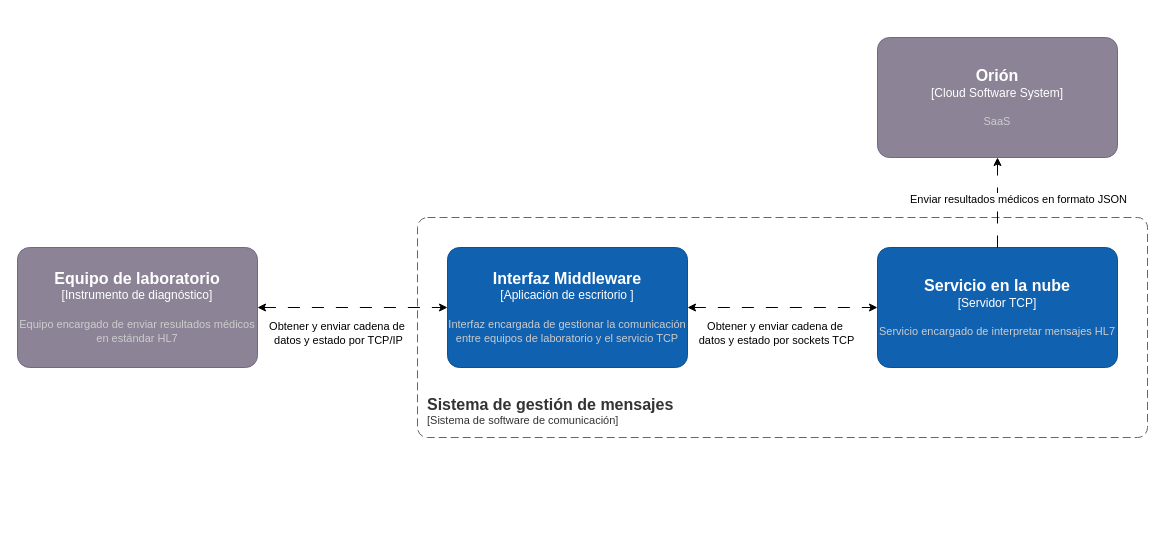
Before: page "Contenedores" (2 of 4) of Diagramas/TIC.drawio in GiulianAlbuja/TIC, a draw.io diagram. Source tidied: cells renumbered, new cells numbered last; positions are measured from the earlier drawing's top-left corner, leaving out a move shared by most shapes. Both pictures are drawn from the tidied source at 100%, with x=0, y=0 at pixel (17, 37).
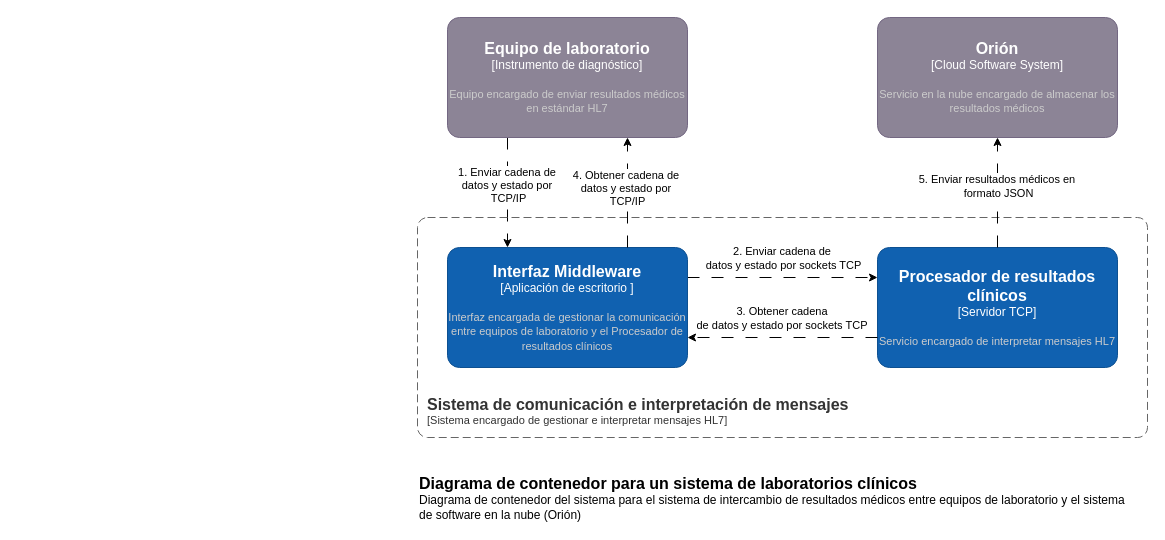
After the change.

Commit message (it also covers changes not shown here):
Se actualizo diagramas a una version final para discutir con el cliente

Unchanged cells that the change refers to:
```xml
<mxCell id="11" style="edgeStyle=orthogonalEdgeStyle;rounded=0;jettySize=auto;html=1;entryX=0.5;entryY=1;entryDx=0;entryDy=0;entryPerimeter=0;startArrow=none;startFill=0;dashed=1;dashPattern=12 12;" parent="1" edge="1" source="5" target="10">
  <mxGeometry relative="1" as="geometry" />
</mxCell>
```

Change to the diagram source:
```diff
@@
-    <mxCell id="2" style="edgeStyle=orthogonalEdgeStyle;rounded=0;jettySize=auto;html=1;exitX=1;exitY=0.5;exitDx=0;exitDy=0;exitPerimeter=0;entryX=0;entryY=0.5;entryDx=0;entryDy=0;entryPerimeter=0;startArrow=classic;startFill=1;dashed=1;dashPattern=12 12;" parent="1" edge="1" source="4" target="5">
+    <mxCell id="2" style="edgeStyle=orthogonalEdgeStyle;rounded=0;jettySize=auto;html=1;exitX=1;exitY=0.25;exitDx=0;exitDy=0;exitPerimeter=0;entryX=0;entryY=0.25;entryDx=0;entryDy=0;entryPerimeter=0;startArrow=none;startFill=0;dashed=1;dashPattern=12 12;" parent="1" edge="1" source="4" target="5">
       <mxGeometry relative="1" as="geometry" />
     </mxCell>
-    <mxCell id="3" value="Obtener y enviar cadena de&amp;nbsp;&lt;div&gt;datos y estado por sockets TCP&lt;/div&gt;" style="edgeLabel;html=1;align=center;verticalAlign=middle;" parent="2" vertex="1">
+    <mxCell id="3" value="2. Enviar cadena de&amp;nbsp;&lt;div&gt;datos y estado por sockets TCP&lt;/div&gt;" style="edgeLabel;html=1;align=center;verticalAlign=middle;" parent="2" vertex="1">
       <mxGeometry x="-0.21" y="1" relative="1" as="geometry">
-        <mxPoint x="13" y="26" as="offset" />
+        <mxPoint x="20" y="-19" as="offset" />
       </mxGeometry>
     </mxCell>
-    <object id="4" label="&lt;font style=&quot;font-size: 16px&quot;&gt;&lt;b&gt;%c4Name%&lt;/b&gt;&lt;/font&gt;&lt;div&gt;[%c4Type%]&lt;/div&gt;&lt;br&gt;&lt;div&gt;&lt;font style=&quot;font-size: 11px&quot;&gt;&lt;font color=&quot;#cccccc&quot;&gt;%c4Description%&lt;/font&gt;&lt;/div&gt;" c4Description="Interfaz encargada de gestionar la comunicación entre equipos de laboratorio y el servicio TCP" c4Name="Interfaz Middleware" c4Type="Aplicación de escritorio " placeholders="1">
+    <object id="4" label="&lt;font style=&quot;font-size: 16px&quot;&gt;&lt;b&gt;%c4Name%&lt;/b&gt;&lt;/font&gt;&lt;div&gt;[%c4Type%]&lt;/div&gt;&lt;br&gt;&lt;div&gt;&lt;font style=&quot;font-size: 11px&quot;&gt;&lt;font color=&quot;#cccccc&quot;&gt;%c4Description%&lt;/font&gt;&lt;/div&gt;" c4Description="Interfaz encargada de gestionar la comunicación entre equipos de laboratorio y el Procesador de resultados clínicos" c4Name="Interfaz Middleware" c4Type="Aplicación de escritorio " placeholders="1">
       <mxCell style="rounded=1;whiteSpace=wrap;html=1;labelBackgroundColor=none;fillColor=#1061B0;fontColor=#ffffff;align=center;arcSize=10;strokeColor=#0D5091;points=[[0.25,0,0],[0.5,0,0],[0.75,0,0],[1,0.25,0],[1,0.5,0],[1,0.75,0],[0.75,1,0],[0.5,1,0],[0.25,1,0],[0,0.75,0],[0,0.5,0],[0,0.25,0]];" parent="1" vertex="1">
         <mxGeometry x="430" y="210" width="240" height="120" as="geometry" />
       </mxCell>
     </object>
-    <object id="5" label="&lt;font style=&quot;font-size: 16px&quot;&gt;&lt;b&gt;%c4Name%&lt;/b&gt;&lt;/font&gt;&lt;div&gt;[%c4Type%]&lt;/div&gt;&lt;br&gt;&lt;div&gt;&lt;font style=&quot;font-size: 11px&quot;&gt;&lt;font color=&quot;#cccccc&quot;&gt;%c4Description%&lt;/font&gt;&lt;/div&gt;" c4Description="Servicio encargado de interpretar mensajes HL7" c4Name="Servicio en la nube" c4Type="Servidor TCP" placeholders="1">
+    <object id="5" label="&lt;font style=&quot;font-size: 16px&quot;&gt;&lt;b&gt;%c4Name%&lt;/b&gt;&lt;/font&gt;&lt;div&gt;[%c4Type%]&lt;/div&gt;&lt;br&gt;&lt;div&gt;&lt;font style=&quot;font-size: 11px&quot;&gt;&lt;font color=&quot;#cccccc&quot;&gt;%c4Description%&lt;/font&gt;&lt;/div&gt;" c4Description="Servicio encargado de interpretar mensajes HL7" c4Name="Procesador de resultados clínicos" c4Type="Servidor TCP" placeholders="1">
       <mxCell style="rounded=1;whiteSpace=wrap;html=1;labelBackgroundColor=none;fillColor=#1061B0;fontColor=#ffffff;align=center;arcSize=10;strokeColor=#0D5091;points=[[0.25,0,0],[0.5,0,0],[0.75,0,0],[1,0.25,0],[1,0.5,0],[1,0.75,0],[0.75,1,0],[0.5,1,0],[0.25,1,0],[0,0.75,0],[0,0.5,0],[0,0.25,0]];" parent="1" vertex="1">
         <mxGeometry x="860" y="210" width="240" height="120" as="geometry" />
       </mxCell>
     </object>
-    <mxCell id="6" style="edgeStyle=orthogonalEdgeStyle;rounded=0;jettySize=auto;html=1;entryX=0;entryY=0.5;entryDx=0;entryDy=0;entryPerimeter=0;startArrow=classic;startFill=1;dashed=1;dashPattern=12 12;" parent="1" edge="1" source="8" target="4">
+    <mxCell id="6" style="edgeStyle=orthogonalEdgeStyle;rounded=0;jettySize=auto;html=1;entryX=0.25;entryY=0;entryDx=0;entryDy=0;entryPerimeter=0;startArrow=none;startFill=0;dashed=1;dashPattern=12 12;exitX=0.25;exitY=1;exitDx=0;exitDy=0;exitPerimeter=0;" parent="1" edge="1" source="8" target="4">
       <mxGeometry relative="1" as="geometry" />
     </mxCell>
-    <mxCell id="7" value="Obtener y enviar cadena de&amp;nbsp;&lt;div&gt;datos y estado por TCP/IP&lt;/div&gt;" style="edgeLabel;html=1;align=center;verticalAlign=middle;" parent="6" vertex="1">
+    <mxCell id="7" value="1. Enviar cadena de&amp;nbsp;&lt;div&gt;datos y estado por&amp;nbsp;&lt;/div&gt;&lt;div&gt;TCP/IP&lt;/div&gt;" style="edgeLabel;html=1;align=center;verticalAlign=middle;" parent="6" vertex="1">
       <mxGeometry x="-0.25" y="-1" relative="1" as="geometry">
-        <mxPoint x="9" y="24" as="offset" />
+        <mxPoint x="1" y="6" as="offset" />
       </mxGeometry>
     </mxCell>
     <object id="8" label="&lt;font style=&quot;font-size: 16px&quot;&gt;&lt;b&gt;%c4Name%&lt;/b&gt;&lt;/font&gt;&lt;div&gt;[%c4Type%]&lt;/div&gt;&lt;br&gt;&lt;div&gt;&lt;font style=&quot;font-size: 11px&quot;&gt;&lt;font color=&quot;#cccccc&quot;&gt;%c4Description%&lt;/font&gt;&lt;/div&gt;" c4Description="Equipo encargado de enviar resultados médicos en estándar HL7" c4Name="Equipo de laboratorio" c4Type="Instrumento de diagnóstico" placeholders="1">
       <mxCell style="rounded=1;whiteSpace=wrap;html=1;labelBackgroundColor=none;fillColor=#8C8496;fontColor=#ffffff;align=center;arcSize=10;strokeColor=#736782;points=[[0.25,0,0],[0.5,0,0],[0.75,0,0],[1,0.25,0],[1,0.5,0],[1,0.75,0],[0.75,1,0],[0.5,1,0],[0.25,1,0],[0,0.75,0],[0,0.5,0],[0,0.25,0]];" parent="1" vertex="1">
-        <mxGeometry y="210" width="240" height="120" as="geometry" />
+        <mxGeometry x="430" y="-20" width="240" height="120" as="geometry" />
       </mxCell>
     </object>
-    <object id="9" label="&lt;font style=&quot;font-size: 16px&quot;&gt;&lt;b&gt;&lt;div style=&quot;text-align: left&quot;&gt;%c4Name%&lt;/div&gt;&lt;/b&gt;&lt;/font&gt;&lt;div style=&quot;text-align: left&quot;&gt;[%c4Application%]&lt;/div&gt;" c4Application="Sistema de software de comunicación" c4Name="Sistema de gestión de mensajes" placeholders="1">
+    <object id="9" label="&lt;font style=&quot;font-size: 16px&quot;&gt;&lt;b&gt;&lt;div style=&quot;text-align: left&quot;&gt;%c4Name%&lt;/div&gt;&lt;/b&gt;&lt;/font&gt;&lt;div style=&quot;text-align: left&quot;&gt;[%c4Application%]&lt;/div&gt;" c4Application="Sistema encargado de gestionar e interpretar mensajes HL7" c4Name="Sistema de comunicación e interpretación de mensajes" placeholders="1">
       <mxCell style="rounded=1;fontSize=11;whiteSpace=wrap;html=1;dashed=1;arcSize=20;fillColor=none;strokeColor=#666666;fontColor=#333333;labelBackgroundColor=none;align=left;verticalAlign=bottom;labelBorderColor=none;spacingTop=0;spacing=10;dashPattern=8 4;perimeter=rectanglePerimeter;noLabel=0;labelPadding=0;absoluteArcSize=1;" parent="1" vertex="1">
         <mxGeometry x="400" y="180" width="730" height="220" as="geometry" />
       </mxCell>
     </object>
-    <object id="10" label="&lt;font style=&quot;font-size: 16px&quot;&gt;&lt;b&gt;%c4Name%&lt;/b&gt;&lt;/font&gt;&lt;div&gt;[%c4Type%]&lt;/div&gt;&lt;br&gt;&lt;div&gt;&lt;font style=&quot;font-size: 11px&quot;&gt;&lt;font color=&quot;#cccccc&quot;&gt;%c4Description%&lt;/font&gt;&lt;/div&gt;" c4Description="SaaS" c4Name="Orión" c4Type="Cloud Software System" placeholders="1">
+    <object id="10" label="&lt;font style=&quot;font-size: 16px&quot;&gt;&lt;b&gt;%c4Name%&lt;/b&gt;&lt;/font&gt;&lt;div&gt;[%c4Type%]&lt;/div&gt;&lt;br&gt;&lt;div&gt;&lt;font style=&quot;font-size: 11px&quot;&gt;&lt;font color=&quot;#cccccc&quot;&gt;%c4Description%&lt;/font&gt;&lt;/div&gt;" c4Description="Servicio en la nube encargado de almacenar los resultados médicos" c4Name="Orión" c4Type="Cloud Software System" placeholders="1">
       <mxCell style="rounded=1;whiteSpace=wrap;html=1;labelBackgroundColor=none;fillColor=#8C8496;fontColor=#ffffff;align=center;arcSize=10;strokeColor=#736782;points=[[0.25,0,0],[0.5,0,0],[0.75,0,0],[1,0.25,0],[1,0.5,0],[1,0.75,0],[0.75,1,0],[0.5,1,0],[0.25,1,0],[0,0.75,0],[0,0.5,0],[0,0.25,0]];" parent="1" vertex="1">
-        <mxGeometry x="860" width="240" height="120" as="geometry" />
+        <mxGeometry x="860" y="-20" width="240" height="120" as="geometry" />
       </mxCell>
     </object>
@@
-    <mxCell id="12" value="Enviar resultados médicos en formato JSON" style="edgeLabel;html=1;align=center;verticalAlign=middle;" parent="11" vertex="1">
+    <mxCell id="12" value="5. Enviar resultados médicos en&amp;nbsp;&lt;div&gt;formato JSON&lt;/div&gt;" style="edgeLabel;html=1;align=center;verticalAlign=middle;" parent="11" vertex="1">
       <mxGeometry x="0.25" y="-1" relative="1" as="geometry">
-        <mxPoint x="19" y="7" as="offset" />
+        <mxPoint x="-1" y="7" as="offset" />
       </mxGeometry>
     </mxCell>
+    <object id="13" label="&lt;font style=&quot;font-size: 16px&quot;&gt;&lt;b&gt;&lt;div style=&quot;text-align: left&quot;&gt;%c4Name%&lt;/div&gt;&lt;/b&gt;&lt;/font&gt;&lt;div style=&quot;text-align: left&quot;&gt;%c4Description%&lt;/div&gt;" c4Description="Diagrama de contenedor del sistema para el sistema de intercambio de resultados médicos entre equipos de laboratorio y el sistema de software en la nube (Orión)" c4Name="Diagrama de contenedor para un sistema de laboratorios clínicos" placeholders="1">
+      <mxCell style="text;html=1;strokeColor=none;fillColor=none;align=left;verticalAlign=top;whiteSpace=wrap;rounded=0;" parent="1" vertex="1">
+        <mxGeometry x="400" y="430" width="720" height="40" as="geometry" />
+      </mxCell>
+    </object>
+    <mxCell id="14" style="edgeStyle=orthogonalEdgeStyle;rounded=0;jettySize=auto;html=1;exitX=0.75;exitY=0;exitDx=0;exitDy=0;exitPerimeter=0;entryX=0.75;entryY=1;entryDx=0;entryDy=0;entryPerimeter=0;dashed=1;dashPattern=12 12;" parent="1" edge="1" source="4" target="8">
+      <mxGeometry relative="1" as="geometry" />
+    </mxCell>
+    <mxCell id="15" value="4. Obtener cadena de&amp;nbsp;&lt;div&gt;datos y estado por&amp;nbsp;&lt;/div&gt;&lt;div&gt;TCP/IP&lt;/div&gt;" style="edgeLabel;html=1;align=center;verticalAlign=middle;" parent="14" vertex="1">
+      <mxGeometry x="-0.15" y="1" relative="1" as="geometry">
+        <mxPoint y="-13" as="offset" />
+      </mxGeometry>
+    </mxCell>
+    <mxCell id="16" style="edgeStyle=orthogonalEdgeStyle;rounded=0;jettySize=auto;html=1;exitX=0;exitY=0.75;exitDx=0;exitDy=0;exitPerimeter=0;entryX=1;entryY=0.75;entryDx=0;entryDy=0;entryPerimeter=0;dashed=1;dashPattern=12 12;" parent="1" edge="1" source="5" target="4">
+      <mxGeometry relative="1" as="geometry" />
+    </mxCell>
+    <mxCell id="17" value="3. Obtener cadena&amp;nbsp;&lt;div&gt;de&amp;nbsp;datos y estado por sockets TCP&amp;nbsp;&lt;/div&gt;" style="edgeLabel;html=1;align=center;verticalAlign=middle;" parent="16" vertex="1">
+      <mxGeometry x="-0.28" y="1" relative="1" as="geometry">
+        <mxPoint x="-27" y="-21" as="offset" />
+      </mxGeometry>
+    </mxCell>
```
